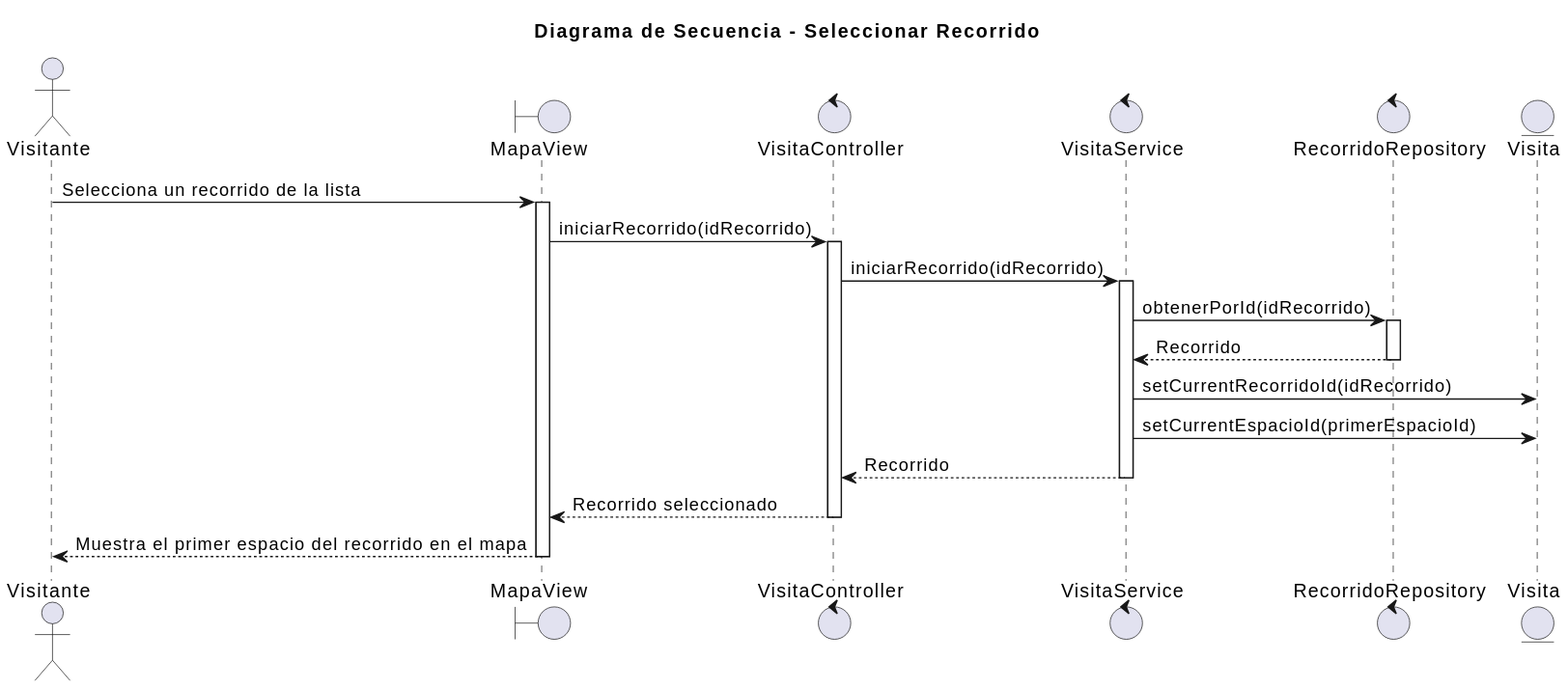
mmasias/25-26-idsw2-sdVC keeps this PlantUML diagram as images/02-diseño/01-Visitante/seleccionarRecorrido/seleccionarRecorrido.svg. Above is the earlier version.
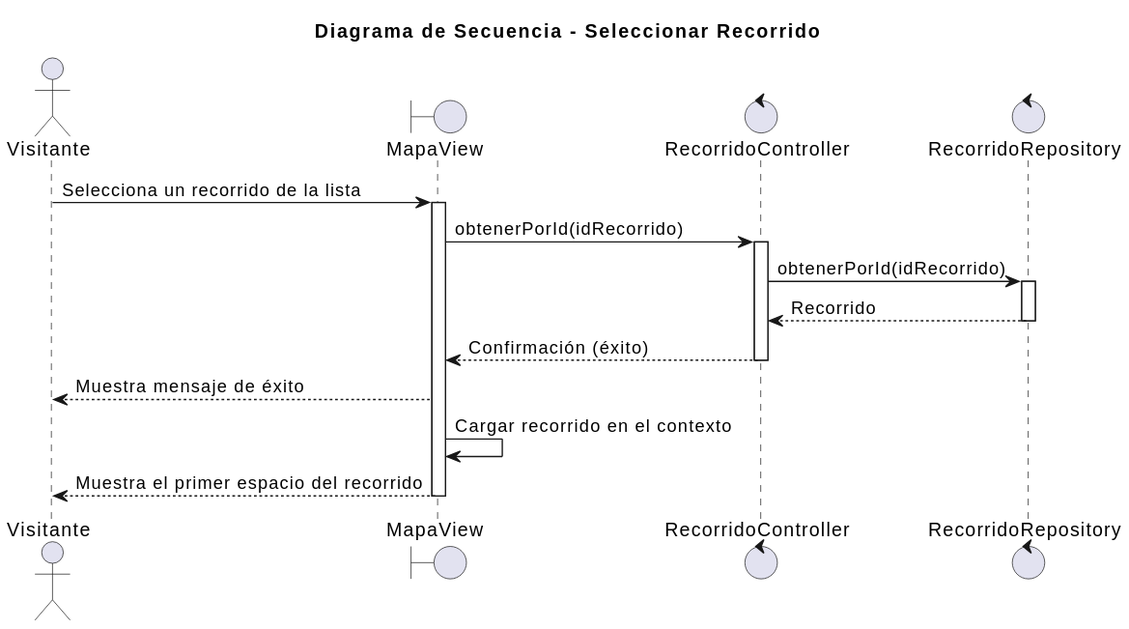
The same file after the commit.

Diff of the diagram source:
```diff
@@ -3,27 +3,21 @@
 
 actor "Visitante" as visitor
 boundary "MapaView" as view
-control "VisitaController" as controller
-control "VisitaService" as service
+control "RecorridoController" as controller
 control "RecorridoRepository" as repository
-entity "Visita" as visit
 
 visitor -> view: Selecciona un recorrido de la lista
 activate view
-view -> controller: iniciarRecorrido(idRecorrido)
+view -> controller: obtenerPorId(idRecorrido)
 activate controller
-controller -> service: iniciarRecorrido(idRecorrido)
-activate service
-service -> repository: obtenerPorId(idRecorrido)
+controller -> repository: obtenerPorId(idRecorrido)
 activate repository
-repository --> service: Recorrido
+repository --> controller: Recorrido
 deactivate repository
-service -> visit: setCurrentRecorridoId(idRecorrido)
-service -> visit: setCurrentEspacioId(primerEspacioId)
-service --> controller: Recorrido
-deactivate service
-controller --> view: Recorrido seleccionado
+controller --> view: Confirmación (éxito)
 deactivate controller
-view --> visitor: Muestra el primer espacio del recorrido en el mapa
+view --> visitor: Muestra mensaje de éxito
+view -> view: Cargar recorrido en el contexto
+view --> visitor: Muestra el primer espacio del recorrido
 deactivate view
 @enduml
```
